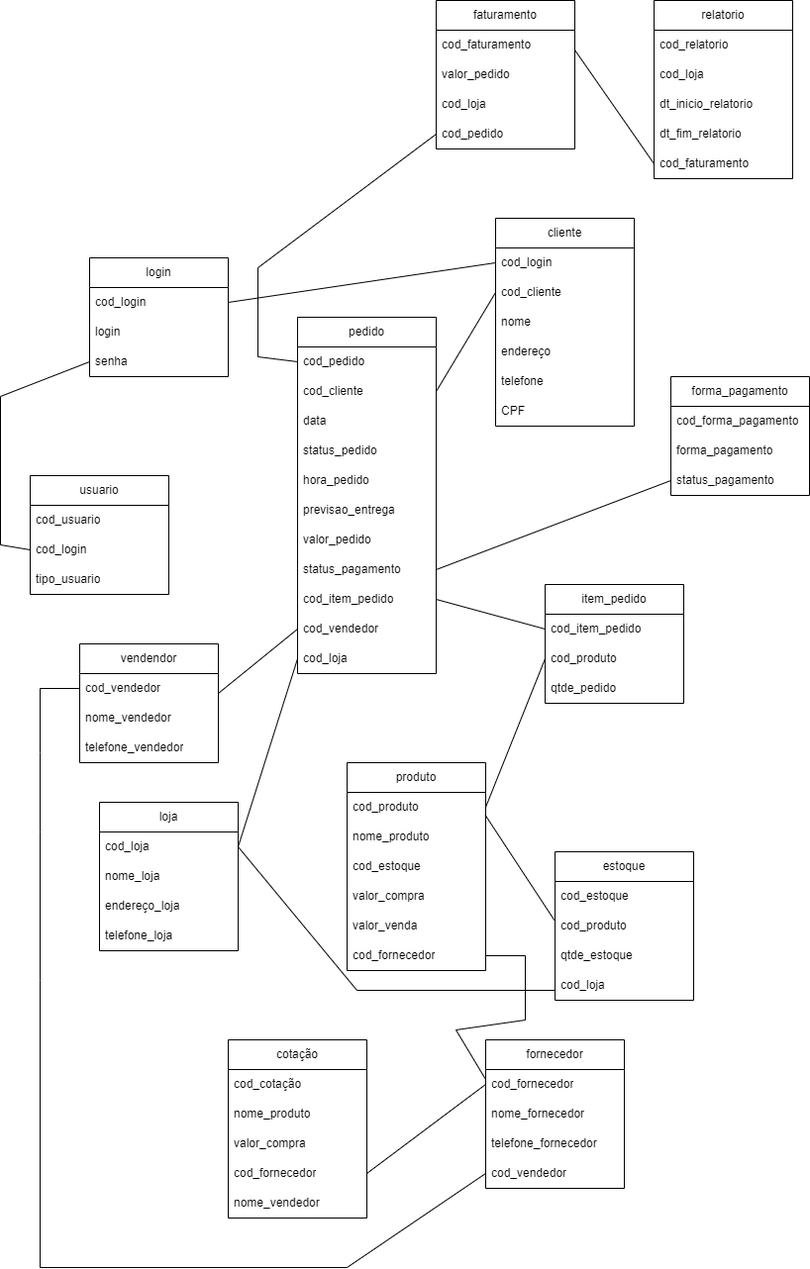
This is ze_delivery.png from upthiago/banco_de_dados, a draw.io export, as it was before one commit. Source tidied: cells renumbered, new cells last; positions are measured from the earlier drawing's top-left corner, leaving out a move shared by most shapes.
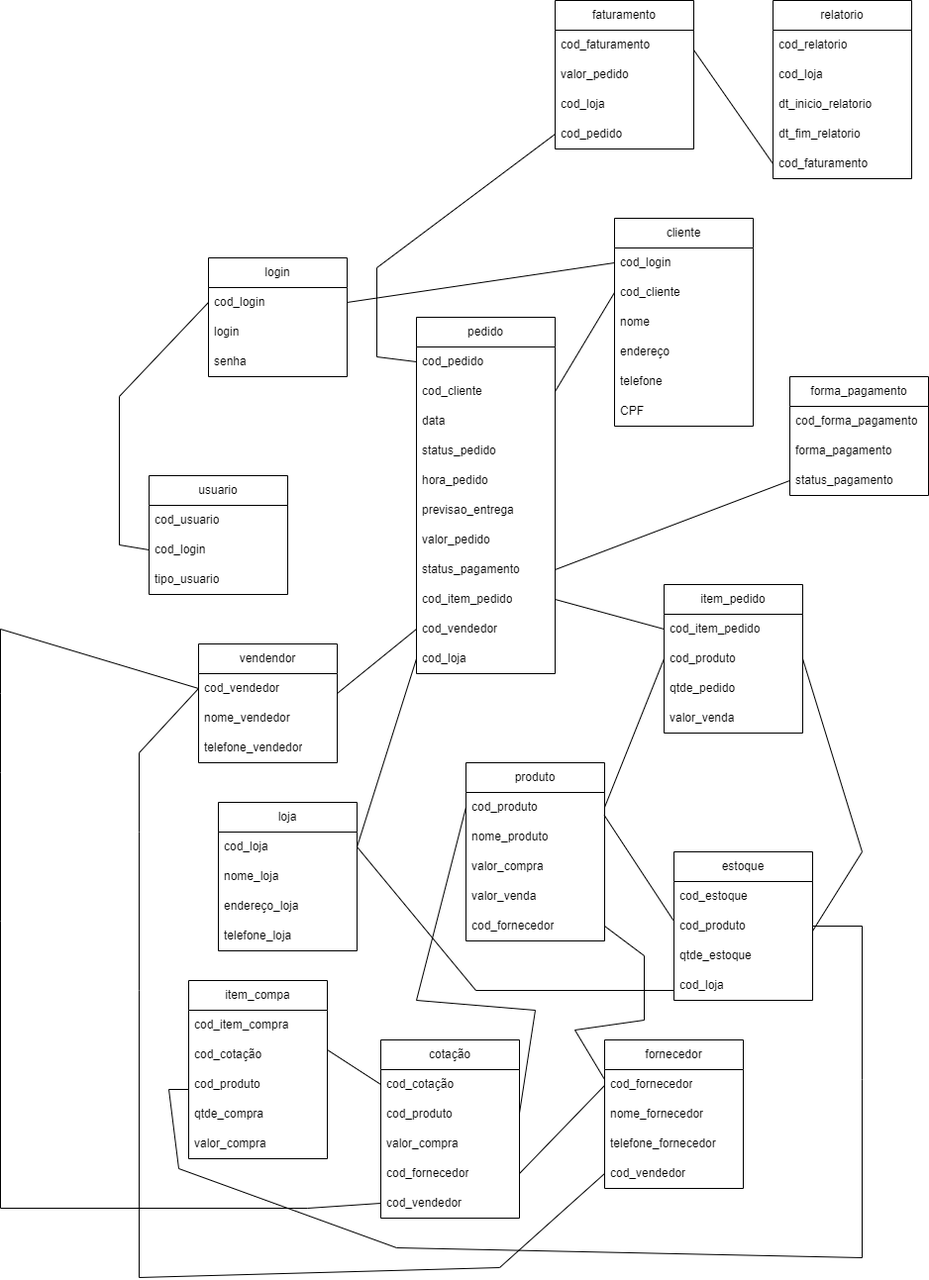
The same diagram one commit later.

Change to the diagram source:
```diff
@@ -72,7 +72,7 @@
       <mxGeometry y="90" width="140" height="30" as="geometry" />
     </mxCell>
     <mxCell id="25" value="item_pedido" style="swimlane;fontStyle=0;horizontal=1;startSize=30;whiteSpace=wrap;html=1;" parent="1" vertex="1">
-      <mxGeometry x="550" y="590" width="140" height="120" as="geometry" />
+      <mxGeometry x="550" y="590" width="140" height="150" as="geometry" />
     </mxCell>
     <mxCell id="26" value="cod_item_pedido" style="text;strokeColor=none;fillColor=none;align=left;verticalAlign=middle;spacingLeft=4;spacingRight=4;overflow=hidden;points=[[0,0.5],[1,0.5]];portConstraint=eastwest;whiteSpace=wrap;html=1;" parent="25" vertex="1">
       <mxGeometry y="30" width="140" height="30" as="geometry" />
@@ -83,8 +83,11 @@
     <mxCell id="28" value="qtde_pedido" style="text;strokeColor=none;fillColor=none;align=left;verticalAlign=middle;spacingLeft=4;spacingRight=4;overflow=hidden;whiteSpace=wrap;html=1;" parent="25" vertex="1">
       <mxGeometry y="90" width="140" height="30" as="geometry" />
     </mxCell>
+    <mxCell id="95" value="valor_venda" style="text;strokeColor=none;fillColor=none;align=left;verticalAlign=middle;spacingLeft=4;spacingRight=4;overflow=hidden;whiteSpace=wrap;html=1;" parent="25" vertex="1">
+      <mxGeometry y="120" width="140" height="30" as="geometry" />
+    </mxCell>
     <mxCell id="29" value="produto" style="swimlane;fontStyle=0;horizontal=1;startSize=30;whiteSpace=wrap;html=1;" parent="1" vertex="1">
-      <mxGeometry x="350" y="770" width="140" height="210" as="geometry" />
+      <mxGeometry x="350" y="770" width="140" height="180" as="geometry" />
     </mxCell>
     <mxCell id="30" value="cod_produto" style="text;strokeColor=none;fillColor=none;align=left;verticalAlign=middle;spacingLeft=4;spacingRight=4;overflow=hidden;points=[[0,0.5],[1,0.5]];portConstraint=eastwest;whiteSpace=wrap;html=1;" parent="29" vertex="1">
       <mxGeometry y="30" width="140" height="30" as="geometry" />
@@ -92,17 +95,14 @@
     <mxCell id="31" value="nome_produto" style="text;strokeColor=none;fillColor=none;align=left;verticalAlign=middle;spacingLeft=4;spacingRight=4;overflow=hidden;whiteSpace=wrap;html=1;" parent="29" vertex="1">
       <mxGeometry y="60" width="140" height="30" as="geometry" />
     </mxCell>
-    <mxCell id="32" value="cod_estoque" style="text;strokeColor=none;fillColor=none;align=left;verticalAlign=middle;spacingLeft=4;spacingRight=4;overflow=hidden;whiteSpace=wrap;html=1;" parent="29" vertex="1">
-      <mxGeometry y="90" width="140" height="30" as="geometry" />
-    </mxCell>
     <mxCell id="33" value="valor_compra" style="text;strokeColor=none;fillColor=none;align=left;verticalAlign=middle;spacingLeft=4;spacingRight=4;overflow=hidden;whiteSpace=wrap;html=1;" parent="29" vertex="1">
-      <mxGeometry y="120" width="140" height="30" as="geometry" />
+      <mxGeometry y="90" width="140" height="30" as="geometry" />
     </mxCell>
     <mxCell id="34" value="valor_venda" style="text;strokeColor=none;fillColor=none;align=left;verticalAlign=middle;spacingLeft=4;spacingRight=4;overflow=hidden;whiteSpace=wrap;html=1;" parent="29" vertex="1">
-      <mxGeometry y="150" width="140" height="30" as="geometry" />
+      <mxGeometry y="120" width="140" height="30" as="geometry" />
     </mxCell>
     <mxCell id="35" value="cod_fornecedor" style="text;strokeColor=none;fillColor=none;align=left;verticalAlign=middle;spacingLeft=4;spacingRight=4;overflow=hidden;points=[[0,0.5],[1,0.5]];portConstraint=eastwest;whiteSpace=wrap;html=1;" parent="29" vertex="1">
-      <mxGeometry y="180" width="140" height="30" as="geometry" />
+      <mxGeometry y="150" width="140" height="30" as="geometry" />
     </mxCell>
     <mxCell id="36" value="fornecedor" style="swimlane;fontStyle=0;horizontal=1;startSize=30;whiteSpace=wrap;html=1;" parent="1" vertex="1">
       <mxGeometry x="490" y="1050" width="140" height="150" as="geometry" />
@@ -221,9 +221,8 @@
     <mxCell id="74" style="endArrow=none;html=1;rounded=0;entryX=0;entryY=0.5;entryDx=0;entryDy=0;exitX=1;exitY=0.5;exitDx=0;exitDy=0;" parent="1" edge="1" source="30" target="27">
       <mxGeometry relative="1" as="geometry" />
     </mxCell>
-    <mxCell id="75" style="endArrow=none;html=1;rounded=0;exitX=0;exitY=0.5;exitDx=0;exitDy=0;" parent="1" edge="1" source="48">
+    <mxCell id="75" style="endArrow=none;html=1;rounded=0;exitX=0;exitY=0.5;exitDx=0;exitDy=0;entryX=0;entryY=0.5;entryDx=0;entryDy=0;" parent="1" edge="1" source="48" target="22">
       <mxGeometry relative="1" as="geometry">
-        <mxPoint x="90" y="365" as="targetPoint" />
         <Array as="points">
           <mxPoint y="550" />
           <mxPoint y="400" />
@@ -255,40 +254,37 @@
     <mxCell id="82" style="endArrow=none;html=1;rounded=0;entryX=0;entryY=0.5;entryDx=0;entryDy=0;exitX=1;exitY=0.5;exitDx=0;exitDy=0;" parent="1" edge="1" source="59" target="20">
       <mxGeometry relative="1" as="geometry" />
     </mxCell>
-    <mxCell id="83" value="cotação" style="swimlane;fontStyle=0;horizontal=1;startSize=30;whiteSpace=wrap;html=1;" parent="1" vertex="1">
-      <mxGeometry x="230" y="1050" width="140" height="180" as="geometry" />
+    <mxCell id="83" value="item_compa" style="swimlane;fontStyle=0;horizontal=1;startSize=30;whiteSpace=wrap;html=1;" parent="1" vertex="1">
+      <mxGeometry x="70" y="990" width="140" height="180" as="geometry" />
     </mxCell>
+    <mxCell id="96" value="cod_item_compra" style="text;strokeColor=none;fillColor=none;align=left;verticalAlign=middle;spacingLeft=4;spacingRight=4;overflow=hidden;whiteSpace=wrap;html=1;" parent="83" vertex="1">
+      <mxGeometry y="30" width="140" height="30" as="geometry" />
+    </mxCell>
     <mxCell id="84" value="cod_cotação" style="text;strokeColor=none;fillColor=none;align=left;verticalAlign=middle;spacingLeft=4;spacingRight=4;overflow=hidden;whiteSpace=wrap;html=1;" parent="83" vertex="1">
-      <mxGeometry y="30" width="140" height="30" as="geometry" />
+      <mxGeometry y="60" width="140" height="30" as="geometry" />
     </mxCell>
-    <mxCell id="85" value="nome_produto" style="text;strokeColor=none;fillColor=none;align=left;verticalAlign=middle;spacingLeft=4;spacingRight=4;overflow=hidden;whiteSpace=wrap;html=1;" parent="83" vertex="1">
-      <mxGeometry y="60" width="140" height="30" as="geometry" />
+    <mxCell id="85" value="cod_produto" style="text;strokeColor=none;fillColor=none;align=left;verticalAlign=middle;spacingLeft=4;spacingRight=4;overflow=hidden;whiteSpace=wrap;html=1;" parent="83" vertex="1">
+      <mxGeometry y="90" width="140" height="30" as="geometry" />
     </mxCell>
-    <mxCell id="86" style="endArrow=none;html=1;rounded=0;entryX=0;entryY=0.5;entryDx=0;entryDy=0;exitX=0;exitY=0.5;exitDx=0;exitDy=0;" parent="83" edge="1" source="51">
-      <mxGeometry relative="1" as="geometry">
-        <mxPoint x="260" y="135" as="targetPoint" />
-        <Array as="points">
-          <mxPoint x="-190" y="-355" />
-          <mxPoint x="-190" y="-290" />
-          <mxPoint x="-190" y="-210" />
-          <mxPoint x="-190" y="-60" />
-          <mxPoint x="-190" y="230" />
-          <mxPoint x="120" y="230" />
-        </Array>
-      </mxGeometry>
-    </mxCell>
+    <mxCell id="97" style="endArrow=none;html=1;rounded=0;exitX=0.997;exitY=0.764;exitDx=0;exitDy=0;exitPerimeter=0;entryX=1;entryY=0.5;entryDx=0;entryDy=0;" parent="83" edge="1" target="43">
+      <mxGeometry relative="1" as="geometry">
+        <mxPoint y="110" as="sourcePoint" />
+        <Array as="points">
+          <mxPoint x="-20" y="110" />
+          <mxPoint x="-10" y="190" />
+          <mxPoint x="210" y="270" />
+          <mxPoint x="680" y="280" />
+          <mxPoint x="680" y="100" />
+          <mxPoint x="680" y="-55" />
+        </Array>
+      </mxGeometry>
+    </mxCell>
-    <mxCell id="87" value="valor_compra" style="text;strokeColor=none;fillColor=none;align=left;verticalAlign=middle;spacingLeft=4;spacingRight=4;overflow=hidden;whiteSpace=wrap;html=1;" parent="83" vertex="1">
-      <mxGeometry y="90" width="140" height="30" as="geometry" />
+    <mxCell id="87" value="qtde_compra" style="text;strokeColor=none;fillColor=none;align=left;verticalAlign=middle;spacingLeft=4;spacingRight=4;overflow=hidden;whiteSpace=wrap;html=1;" parent="83" vertex="1">
+      <mxGeometry y="120" width="140" height="30" as="geometry" />
     </mxCell>
-    <mxCell id="88" value="cod_fornecedor" style="text;strokeColor=none;fillColor=none;align=left;verticalAlign=middle;spacingLeft=4;spacingRight=4;overflow=hidden;points=[[0,0.5],[1,0.5]];portConstraint=eastwest;whiteSpace=wrap;html=1;" parent="83" vertex="1">
-      <mxGeometry y="120" width="140" height="30" as="geometry" />
-    </mxCell>
-    <mxCell id="89" value="nome_vendedor" style="text;strokeColor=none;fillColor=none;align=left;verticalAlign=middle;spacingLeft=4;spacingRight=4;overflow=hidden;whiteSpace=wrap;html=1;" parent="83" vertex="1">
-      <mxGeometry y="150" width="140" height="30" as="geometry" />
-    </mxCell>
-    <mxCell id="90" style="endArrow=none;html=1;rounded=0;entryX=0;entryY=0.5;entryDx=0;entryDy=0;exitX=1;exitY=0.5;exitDx=0;exitDy=0;" parent="1" edge="1" source="88" target="37">
-      <mxGeometry relative="1" as="geometry" />
-    </mxCell>
+    <mxCell id="98" value="valor_compra" style="text;strokeColor=none;fillColor=none;align=left;verticalAlign=middle;spacingLeft=4;spacingRight=4;overflow=hidden;whiteSpace=wrap;html=1;" parent="83" vertex="1">
+      <mxGeometry y="150" width="140" height="30" as="geometry" />
+    </mxCell>
     <mxCell id="91" style="endArrow=none;html=1;rounded=0;entryX=0;entryY=0.5;entryDx=0;entryDy=0;exitX=1;exitY=0.5;exitDx=0;exitDy=0;" parent="1" edge="1" source="59">
       <mxGeometry relative="1" as="geometry">
         <mxPoint x="560" y="1000" as="targetPoint" />
@@ -320,5 +316,75 @@
         </Array>
       </mxGeometry>
     </mxCell>
+    <mxCell id="99" value="cotação" style="swimlane;fontStyle=0;horizontal=1;startSize=30;whiteSpace=wrap;html=1;" parent="1" vertex="1">
+      <mxGeometry x="264" y="1050" width="140" height="180" as="geometry" />
+    </mxCell>
+    <mxCell id="100" value="cod_cotação" style="text;strokeColor=none;fillColor=none;align=left;verticalAlign=middle;spacingLeft=4;spacingRight=4;overflow=hidden;points=[[0,0.5],[1,0.5]];portConstraint=eastwest;whiteSpace=wrap;html=1;" parent="99" vertex="1">
+      <mxGeometry y="30" width="140" height="30" as="geometry" />
+    </mxCell>
+    <mxCell id="101" value="cod_produto" style="text;strokeColor=none;fillColor=none;align=left;verticalAlign=middle;spacingLeft=4;spacingRight=4;overflow=hidden;whiteSpace=wrap;html=1;" parent="99" vertex="1">
+      <mxGeometry y="60" width="140" height="30" as="geometry" />
+    </mxCell>
+    <mxCell id="102" style="endArrow=none;html=1;rounded=0;entryX=0;entryY=0.5;entryDx=0;entryDy=0;" parent="99" edge="1" target="40">
+      <mxGeometry relative="1" as="geometry">
+        <mxPoint x="-184" y="-350" as="sourcePoint" />
+        <Array as="points">
+          <mxPoint x="-184" y="-355" />
+          <mxPoint x="-244" y="-290" />
+          <mxPoint x="-244" y="-210" />
+          <mxPoint x="-244" y="-50" />
+          <mxPoint x="-244" y="240" />
+          <mxPoint x="120" y="230" />
+        </Array>
+      </mxGeometry>
+    </mxCell>
+    <mxCell id="103" value="valor_compra" style="text;strokeColor=none;fillColor=none;align=left;verticalAlign=middle;spacingLeft=4;spacingRight=4;overflow=hidden;whiteSpace=wrap;html=1;" parent="99" vertex="1">
+      <mxGeometry y="90" width="140" height="30" as="geometry" />
+    </mxCell>
+    <mxCell id="88" value="cod_fornecedor" style="text;strokeColor=none;fillColor=none;align=left;verticalAlign=middle;spacingLeft=4;spacingRight=4;overflow=hidden;points=[[0,0.5],[1,0.5]];portConstraint=eastwest;whiteSpace=wrap;html=1;" parent="99" vertex="1">
+      <mxGeometry y="120" width="140" height="30" as="geometry" />
+    </mxCell>
+    <mxCell id="104" value="cod_vendedor" style="text;strokeColor=none;fillColor=none;align=left;verticalAlign=middle;spacingLeft=4;spacingRight=4;overflow=hidden;points=[[0,0.5],[1,0.5]];portConstraint=eastwest;whiteSpace=wrap;html=1;" parent="99" vertex="1">
+      <mxGeometry y="150" width="140" height="30" as="geometry" />
+    </mxCell>
+    <mxCell id="86" style="endArrow=none;html=1;rounded=0;entryX=0;entryY=0.5;entryDx=0;entryDy=0;exitX=0;exitY=0.5;exitDx=0;exitDy=0;" parent="1" edge="1" source="51" target="104">
+      <mxGeometry relative="1" as="geometry">
+        <Array as="points">
+          <mxPoint x="-120" y="635" />
+          <mxPoint x="-120" y="700" />
+          <mxPoint x="-120" y="780" />
+          <mxPoint x="-120" y="930" />
+          <mxPoint x="-120" y="1220" />
+          <mxPoint x="190" y="1220" />
+        </Array>
+      </mxGeometry>
+    </mxCell>
+    <mxCell id="105" style="endArrow=none;html=1;rounded=0;entryX=-0.005;entryY=0.303;entryDx=0;entryDy=0;exitX=1;exitY=0.5;exitDx=0;exitDy=0;entryPerimeter=0;" parent="1" edge="1" source="88">
+      <mxGeometry relative="1" as="geometry">
+        <mxPoint x="490" y="1096" as="targetPoint" />
+      </mxGeometry>
+    </mxCell>
+    <mxCell id="106" style="endArrow=none;html=1;rounded=0;entryX=0;entryY=0.5;entryDx=0;entryDy=0;exitX=0.997;exitY=0.764;exitDx=0;exitDy=0;exitPerimeter=0;" parent="1" edge="1" target="30">
+      <mxGeometry relative="1" as="geometry">
+        <mxPoint x="404" y="1124" as="sourcePoint" />
+        <Array as="points">
+          <mxPoint x="420" y="1020" />
+          <mxPoint x="300" y="1010" />
+        </Array>
+      </mxGeometry>
+    </mxCell>
+    <mxCell id="107" style="endArrow=none;html=1;rounded=0;entryX=0;entryY=0.5;entryDx=0;entryDy=0;exitX=0.997;exitY=0.764;exitDx=0;exitDy=0;exitPerimeter=0;" parent="1" edge="1" target="100">
+      <mxGeometry relative="1" as="geometry">
+        <mxPoint x="210" y="1060" as="sourcePoint" />
+      </mxGeometry>
+    </mxCell>
+    <mxCell id="108" style="endArrow=none;html=1;rounded=0;entryX=1;entryY=0.5;entryDx=0;entryDy=0;" parent="1" edge="1" target="27">
+      <mxGeometry relative="1" as="geometry">
+        <mxPoint x="700" y="940" as="sourcePoint" />
+        <Array as="points">
+          <mxPoint x="750" y="860" />
+        </Array>
+      </mxGeometry>
+    </mxCell>
   </root>
 </mxGraphModel>
```
